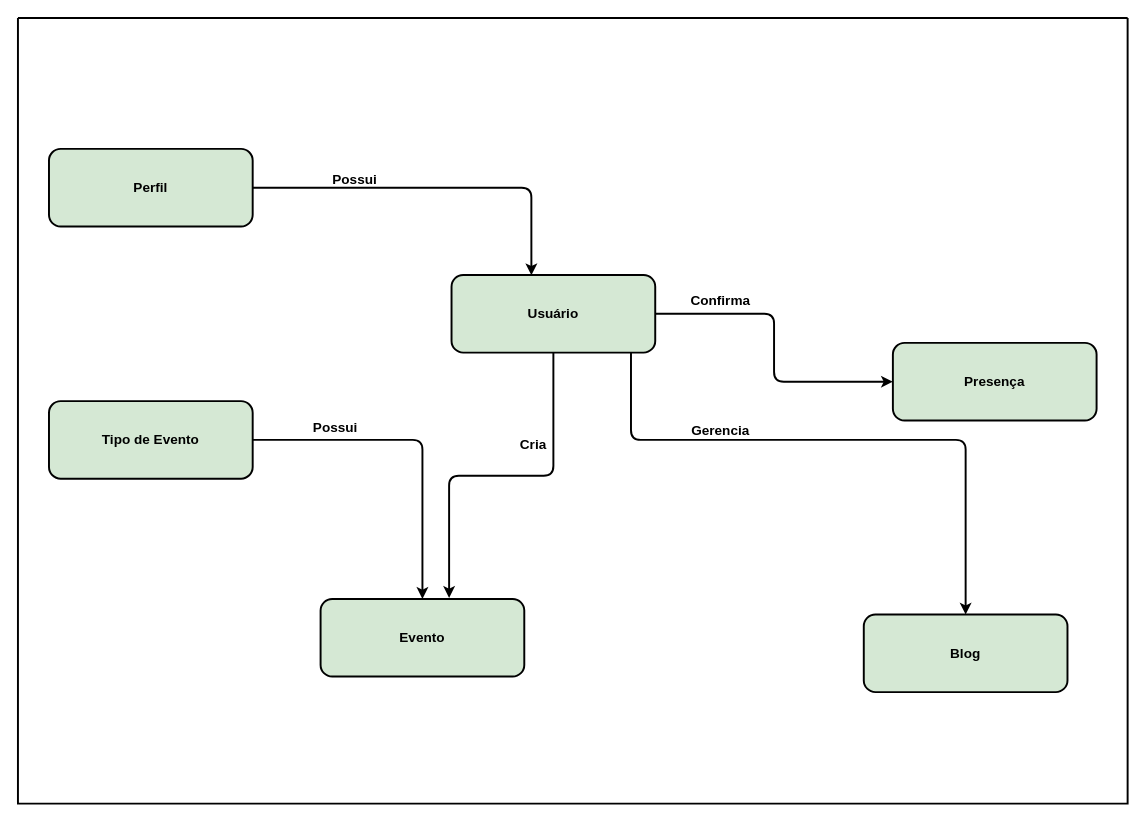
This is page "Conceptual" (1 of 2) of doc/visual/diagram/dm/Diagrama-MD.drawio from Adyllsxn/ChatalR, a draw.io file, before an edit. Source tidied: cells renumbered, new cells numbered last; positions are measured from the earlier drawing's top-left corner, leaving out a move shared by most shapes. Both pictures are drawn from the tidied source at 97%, with x=0, y=0 at pixel (17, 17).
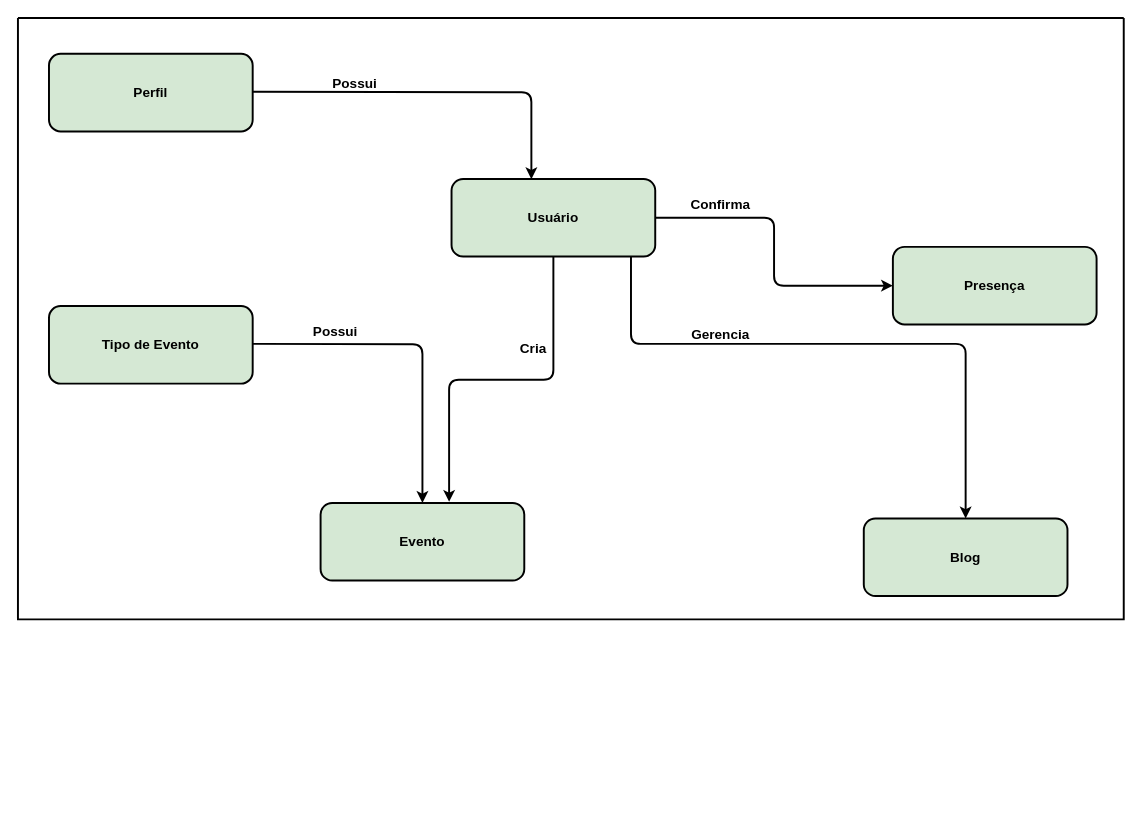
The same page after the edit.

What changed in the source:
```diff
@@
     <mxCell id="2" style="swimlane;startSize=0;strokeWidth=2;" parent="1" vertex="1">
-      <mxGeometry width="1144" height="810" as="geometry" />
+      <mxGeometry width="1140" height="620" as="geometry" />
     </mxCell>
-    <mxCell id="3" style="edgeStyle=orthogonalEdgeStyle;html=1;entryX=0.392;entryY=0.003;entryDx=0;entryDy=0;entryPerimeter=0;strokeWidth=2;" parent="2" edge="1" source="4" target="7">
-      <mxGeometry relative="1" as="geometry" />
+    <mxCell id="3" style="edgeStyle=orthogonalEdgeStyle;html=1;entryX=0.392;entryY=0.003;entryDx=0;entryDy=0;entryPerimeter=0;strokeWidth=2;" parent="2" edge="1" target="7">
+      <mxGeometry relative="1" as="geometry">
+        <mxPoint x="242" y="76.1" as="sourcePoint" />
+      </mxGeometry>
     </mxCell>
     <mxCell id="4" value="&lt;font style=&quot;font-size: 14px;&quot;&gt;&lt;b&gt;Perfil&lt;/b&gt;&lt;/font&gt;" style="rounded=1;whiteSpace=wrap;html=1;strokeWidth=2;fillColor=#d5e8d4;strokeColor=#000000;" parent="2" vertex="1">
-      <mxGeometry x="32" y="135" width="210" height="80" as="geometry" />
+      <mxGeometry x="32" y="37" width="210" height="80" as="geometry" />
     </mxCell>
@@
     <mxCell id="6" style="edgeStyle=orthogonalEdgeStyle;html=1;entryX=0.5;entryY=0;entryDx=0;entryDy=0;strokeWidth=2;" parent="2" edge="1" source="7" target="11">
       <mxGeometry relative="1" as="geometry">
         <Array as="points">
-          <mxPoint x="632" y="435" />
-          <mxPoint x="977" y="435" />
+          <mxPoint x="632" y="336" />
+          <mxPoint x="977" y="336" />
         </Array>
       </mxGeometry>
     </mxCell>
     <mxCell id="7" value="&lt;font style=&quot;font-size: 14px;&quot;&gt;&lt;b&gt;Usuário&lt;/b&gt;&lt;/font&gt;" style="rounded=1;whiteSpace=wrap;html=1;strokeWidth=2;fillColor=#d5e8d4;strokeColor=#000000;" parent="2" vertex="1">
-      <mxGeometry x="447" y="265" width="210" height="80" as="geometry" />
+      <mxGeometry x="447" y="166" width="210" height="80" as="geometry" />
     </mxCell>
-    <mxCell id="8" style="edgeStyle=orthogonalEdgeStyle;html=1;entryX=0.5;entryY=0;entryDx=0;entryDy=0;exitX=1;exitY=0.5;exitDx=0;exitDy=0;strokeWidth=2;" parent="2" edge="1" source="9" target="10">
-      <mxGeometry relative="1" as="geometry" />
+    <mxCell id="8" style="edgeStyle=orthogonalEdgeStyle;html=1;entryX=0.5;entryY=0;entryDx=0;entryDy=0;exitX=1;exitY=0.5;exitDx=0;exitDy=0;strokeWidth=2;" parent="2" edge="1" target="10">
+      <mxGeometry relative="1" as="geometry">
+        <mxPoint x="242" y="336" as="sourcePoint" />
+      </mxGeometry>
     </mxCell>
     <mxCell id="9" value="&lt;font style=&quot;font-size: 14px;&quot;&gt;&lt;b&gt;Tipo de Evento&lt;/b&gt;&lt;/font&gt;" style="rounded=1;whiteSpace=wrap;html=1;strokeWidth=2;fillColor=#d5e8d4;strokeColor=#000000;" parent="2" vertex="1">
-      <mxGeometry x="32" y="395" width="210" height="80" as="geometry" />
+      <mxGeometry x="32" y="297" width="210" height="80" as="geometry" />
     </mxCell>
     <mxCell id="10" value="&lt;font style=&quot;font-size: 14px;&quot;&gt;&lt;b&gt;Evento&lt;/b&gt;&lt;/font&gt;" style="rounded=1;whiteSpace=wrap;html=1;strokeWidth=2;fillColor=#d5e8d4;strokeColor=#000000;" parent="2" vertex="1">
-      <mxGeometry x="312" y="599" width="210" height="80" as="geometry" />
+      <mxGeometry x="312" y="500" width="210" height="80" as="geometry" />
     </mxCell>
     <mxCell id="11" value="&lt;font style=&quot;font-size: 14px;&quot;&gt;&lt;b&gt;Blog&lt;/b&gt;&lt;/font&gt;" style="rounded=1;whiteSpace=wrap;html=1;strokeWidth=2;fillColor=#d5e8d4;strokeColor=#000000;" parent="2" vertex="1">
-      <mxGeometry x="872" y="615" width="210" height="80" as="geometry" />
+      <mxGeometry x="872" y="516" width="210" height="80" as="geometry" />
     </mxCell>
     <mxCell id="12" value="&lt;font style=&quot;font-size: 14px;&quot;&gt;&lt;b&gt;Presença&lt;/b&gt;&lt;/font&gt;" style="rounded=1;whiteSpace=wrap;html=1;strokeWidth=2;fillColor=#d5e8d4;strokeColor=#000000;" parent="2" vertex="1">
-      <mxGeometry x="902" y="335" width="210" height="80" as="geometry" />
+      <mxGeometry x="902" y="236" width="210" height="80" as="geometry" />
     </mxCell>
     <mxCell id="13" value="&lt;font style=&quot;font-size: 14px;&quot;&gt;&lt;b&gt;Possui&lt;/b&gt;&lt;/font&gt;" style="text;html=1;align=center;verticalAlign=middle;strokeColor=none;fillColor=none;" parent="2" vertex="1">
-      <mxGeometry x="312" y="152" width="70" height="30" as="geometry" />
+      <mxGeometry x="312" y="53" width="70" height="30" as="geometry" />
     </mxCell>
     <mxCell id="14" value="&lt;font style=&quot;font-size: 14px;&quot;&gt;&lt;b&gt;Possui&lt;/b&gt;&lt;/font&gt;" style="text;html=1;align=center;verticalAlign=middle;strokeColor=none;fillColor=none;" parent="2" vertex="1">
-      <mxGeometry x="292" y="407" width="70" height="30" as="geometry" />
+      <mxGeometry x="292" y="308" width="70" height="30" as="geometry" />
     </mxCell>
     <mxCell id="15" value="&lt;font style=&quot;font-size: 14px;&quot;&gt;&lt;b&gt;Confirma&lt;/b&gt;&lt;/font&gt;" style="text;html=1;align=center;verticalAlign=middle;strokeColor=none;fillColor=none;" parent="2" vertex="1">
-      <mxGeometry x="684" y="276" width="80" height="30" as="geometry" />
+      <mxGeometry x="684" y="177" width="80" height="30" as="geometry" />
     </mxCell>
@@
     <mxCell id="17" value="&lt;font style=&quot;font-size: 14px;&quot;&gt;&lt;b&gt;Cria&lt;/b&gt;&lt;/font&gt;" style="text;html=1;align=center;verticalAlign=middle;strokeColor=none;fillColor=none;" parent="2" vertex="1">
-      <mxGeometry x="506" y="425" width="50" height="30" as="geometry" />
+      <mxGeometry x="506" y="326" width="50" height="30" as="geometry" />
     </mxCell>
     <mxCell id="18" value="&lt;font style=&quot;font-size: 14px;&quot;&gt;&lt;b&gt;Gerencia&lt;/b&gt;&lt;/font&gt;" style="text;html=1;align=center;verticalAlign=middle;strokeColor=none;fillColor=none;" parent="2" vertex="1">
-      <mxGeometry x="684" y="410" width="80" height="30" as="geometry" />
+      <mxGeometry x="684" y="311" width="80" height="30" as="geometry" />
     </mxCell>
```
